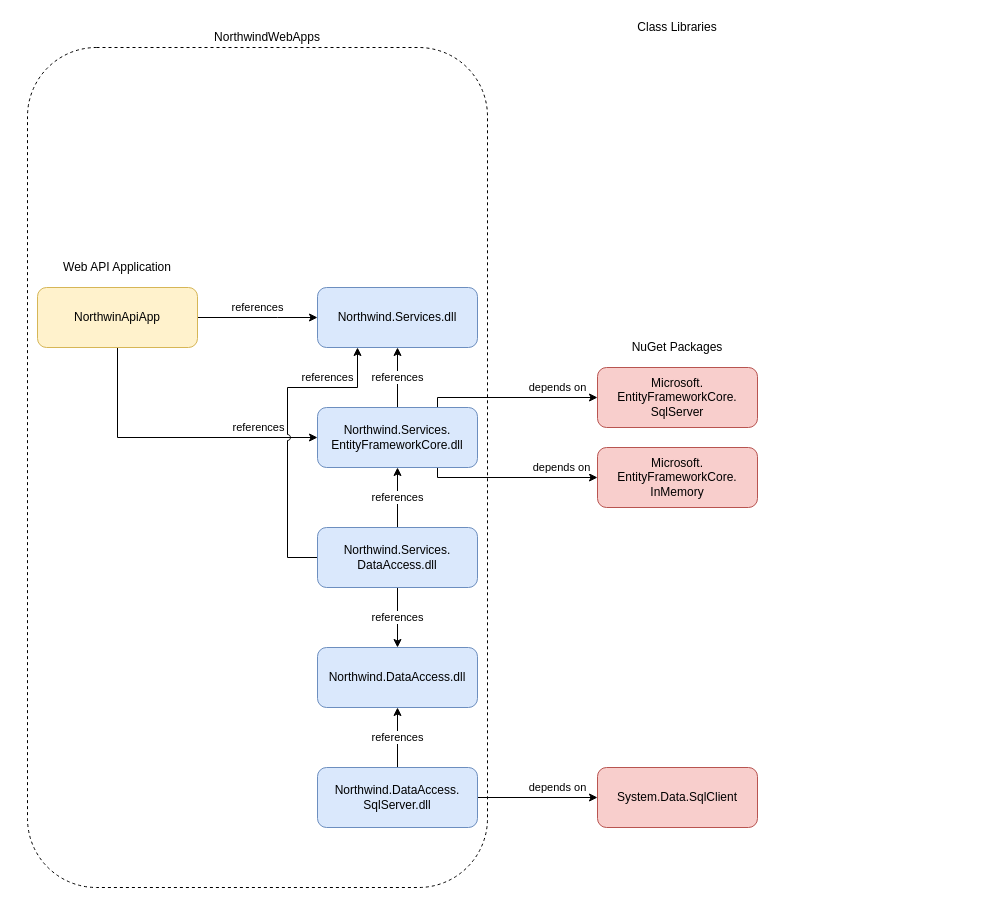
This is page "DAO" (5 of 6) of module04/module04.drawio from epam-dotnet-lab/northwind-apps, a draw.io file, before an edit. Source tidied: cells renumbered, new cells numbered last; positions are measured from the earlier drawing's top-left corner, leaving out a move shared by most shapes. Both pictures are drawn from the tidied source at 100%, with x=0, y=0 at pixel (27, 17).
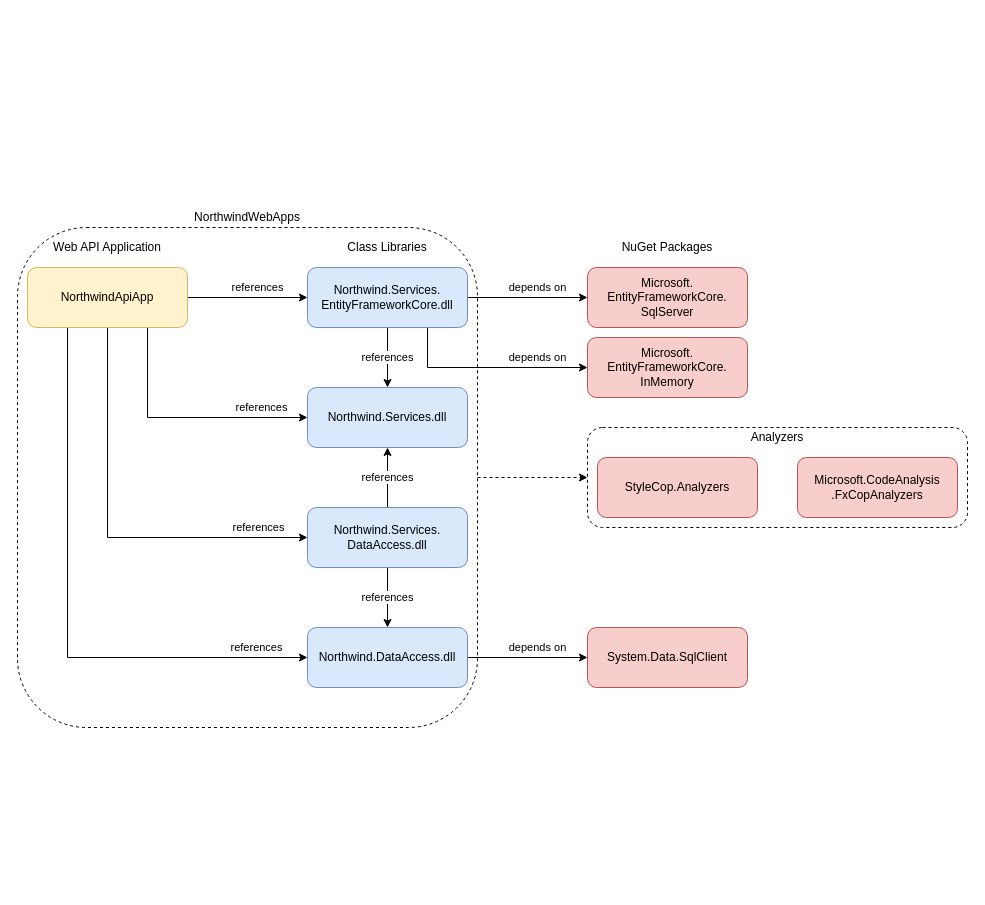
After the change.

The edit, as a diff of the source:
```diff
@@
-    <mxCell id="0" />
-    <mxCell id="1" parent="0" />
-    <mxCell id="2" style="rounded=1;whiteSpace=wrap;html=1;fillColor=none;dashed=1;" parent="1" vertex="1">
-      <mxGeometry y="30" width="460" height="840" as="geometry" />
-    </mxCell>
-    <mxCell id="3" value="references" style="edgeStyle=orthogonalEdgeStyle;rounded=0;jettySize=auto;html=1;entryX=0;entryY=0.5;entryDx=0;entryDy=0;" parent="1" edge="1" source="5" target="12">
-      <mxGeometry x="0.33" y="22" relative="1" as="geometry">
-        <Array as="points">
-          <mxPoint x="250" y="300" />
-          <mxPoint x="250" y="300" />
-        </Array>
-        <mxPoint x="-20" y="12" as="offset" />
-      </mxGeometry>
-    </mxCell>
-    <mxCell id="4" value="references" style="edgeStyle=orthogonalEdgeStyle;rounded=0;jettySize=auto;html=1;entryX=0;entryY=0.5;entryDx=0;entryDy=0;" parent="1" edge="1" source="5" target="15">
-      <mxGeometry x="0.59" y="10" relative="1" as="geometry">
-        <Array as="points">
-          <mxPoint x="90" y="420" />
-        </Array>
-      </mxGeometry>
-    </mxCell>
-    <mxCell id="5" value="NorthwinApiApp" style="rounded=1;whiteSpace=wrap;html=1;fillColor=#fff2cc;strokeColor=#d6b656;" parent="1" vertex="1">
-      <mxGeometry x="10" y="270" width="160" height="60" as="geometry" />
-    </mxCell>
+    <mxCell id="26" />
+    <mxCell id="27" parent="26" />
+    <mxCell id="28" style="rounded=1;whiteSpace=wrap;html=1;fillColor=none;dashed=1;" parent="27" vertex="1">
+      <mxGeometry x="-10" y="210" width="460" height="500" as="geometry" />
+    </mxCell>
+    <mxCell id="29" value="references" style="edgeStyle=orthogonalEdgeStyle;rounded=0;jettySize=auto;html=1;entryX=0;entryY=0.5;entryDx=0;entryDy=0;exitX=0.75;exitY=1;exitDx=0;exitDy=0;" parent="27" edge="1" source="33" target="12">
+      <mxGeometry x="0.63" y="10" relative="1" as="geometry">
+        <Array as="points">
+          <mxPoint x="120" y="400" />
+        </Array>
+      </mxGeometry>
+    </mxCell>
+    <mxCell id="30" value="references" style="edgeStyle=orthogonalEdgeStyle;rounded=0;jettySize=auto;html=1;entryX=0;entryY=0.5;entryDx=0;entryDy=0;" parent="27" edge="1" source="33" target="20">
+      <mxGeometry x="0.76" y="10" relative="1" as="geometry">
+        <Array as="points">
+          <mxPoint x="80" y="520" />
+        </Array>
+      </mxGeometry>
+    </mxCell>
+    <mxCell id="31" value="references" style="edgeStyle=orthogonalEdgeStyle;rounded=0;jettySize=auto;html=1;exitX=0.25;exitY=1;exitDx=0;exitDy=0;entryX=0;entryY=0.5;entryDx=0;entryDy=0;" parent="27" edge="1" source="33" target="21">
+      <mxGeometry x="0.82" y="10" relative="1" as="geometry" />
+    </mxCell>
+    <mxCell id="32" value="references" style="edgeStyle=orthogonalEdgeStyle;rounded=0;jettySize=auto;html=1;" parent="27" edge="1" source="33" target="15">
+      <mxGeometry x="0.17" y="10" relative="1" as="geometry" />
+    </mxCell>
+    <mxCell id="33" value="NorthwindApiApp" style="rounded=1;whiteSpace=wrap;html=1;fillColor=#fff2cc;strokeColor=#d6b656;" parent="27" vertex="1">
+      <mxGeometry y="250" width="160" height="60" as="geometry" />
+    </mxCell>
-    <mxCell id="6" value="Microsoft.&lt;br&gt;EntityFrameworkCore.&lt;br&gt;SqlServer" style="rounded=1;whiteSpace=wrap;html=1;fillColor=#f8cecc;strokeColor=#b85450;" parent="1" vertex="1">
-      <mxGeometry x="570" y="350" width="160" height="60" as="geometry" />
+    <mxCell id="6" value="Microsoft.&lt;br&gt;EntityFrameworkCore.&lt;br&gt;SqlServer" style="rounded=1;whiteSpace=wrap;html=1;fillColor=#f8cecc;strokeColor=#b85450;" parent="27" vertex="1">
+      <mxGeometry x="560" y="250" width="160" height="60" as="geometry" />
     </mxCell>
-    <mxCell id="7" value="Web API Application" style="text;html=1;strokeColor=none;fillColor=none;align=center;verticalAlign=middle;whiteSpace=wrap;rounded=0;" parent="1" vertex="1">
-      <mxGeometry x="10" y="240" width="160" height="20" as="geometry" />
+    <mxCell id="7" value="Web API Application" style="text;html=1;strokeColor=none;fillColor=none;align=center;verticalAlign=middle;whiteSpace=wrap;rounded=0;" parent="27" vertex="1">
+      <mxGeometry y="220" width="160" height="20" as="geometry" />
     </mxCell>
-    <mxCell id="8" value="Class Libraries" style="text;html=1;strokeColor=none;fillColor=none;align=center;verticalAlign=middle;whiteSpace=wrap;rounded=0;" parent="1" vertex="1">
-      <mxGeometry x="570" width="160" height="20" as="geometry" />
+    <mxCell id="8" value="Class Libraries" style="text;html=1;strokeColor=none;fillColor=none;align=center;verticalAlign=middle;whiteSpace=wrap;rounded=0;" parent="27" vertex="1">
+      <mxGeometry x="280" y="220" width="160" height="20" as="geometry" />
     </mxCell>
-    <mxCell id="9" value="NuGet Packages" style="text;html=1;strokeColor=none;fillColor=none;align=center;verticalAlign=middle;whiteSpace=wrap;rounded=0;" parent="1" vertex="1">
-      <mxGeometry x="570" y="320" width="160" height="20" as="geometry" />
+    <mxCell id="9" value="NuGet Packages" style="text;html=1;strokeColor=none;fillColor=none;align=center;verticalAlign=middle;whiteSpace=wrap;rounded=0;" parent="27" vertex="1">
+      <mxGeometry x="560" y="220" width="160" height="20" as="geometry" />
     </mxCell>
-    <mxCell id="10" value="NorthwindWebApps" style="text;html=1;strokeColor=none;fillColor=none;align=center;verticalAlign=middle;whiteSpace=wrap;rounded=0;dashed=1;" parent="1" vertex="1">
-      <mxGeometry x="10" y="10" width="460" height="20" as="geometry" />
+    <mxCell id="10" value="NorthwindWebApps" style="text;html=1;strokeColor=none;fillColor=none;align=center;verticalAlign=middle;whiteSpace=wrap;rounded=0;dashed=1;" parent="27" vertex="1">
+      <mxGeometry x="-10" y="190" width="460" height="20" as="geometry" />
     </mxCell>
-    <mxCell id="11" value="depends on" style="edgeStyle=orthogonalEdgeStyle;rounded=0;jumpStyle=arc;jettySize=auto;html=1;exitX=1;exitY=0.5;exitDx=0;exitDy=0;entryX=0;entryY=0.5;entryDx=0;entryDy=0;" parent="1" edge="1" source="15" target="6">
-      <mxGeometry x="0.67" y="10" relative="1" as="geometry">
+    <mxCell id="11" value="depends on" style="edgeStyle=orthogonalEdgeStyle;rounded=0;jumpStyle=arc;jettySize=auto;html=1;exitX=1;exitY=0.5;exitDx=0;exitDy=0;entryX=0;entryY=0.5;entryDx=0;entryDy=0;" parent="27" edge="1" source="15" target="6">
+      <mxGeometry x="0.17" y="10" relative="1" as="geometry">
         <Array as="points">
-          <mxPoint x="410" y="420" />
-          <mxPoint x="410" y="380" />
+          <mxPoint x="500" y="280" />
+          <mxPoint x="500" y="280" />
         </Array>
       </mxGeometry>
     </mxCell>
-    <mxCell id="12" value="Northwind.Services.dll" style="rounded=1;whiteSpace=wrap;html=1;fillColor=#dae8fc;strokeColor=#6c8ebf;" parent="1" vertex="1">
-      <mxGeometry x="290" y="270" width="160" height="60" as="geometry" />
+    <mxCell id="12" value="Northwind.Services.dll" style="rounded=1;whiteSpace=wrap;html=1;fillColor=#dae8fc;strokeColor=#6c8ebf;" parent="27" vertex="1">
+      <mxGeometry x="280" y="370" width="160" height="60" as="geometry" />
     </mxCell>
+    <mxCell id="34" style="endArrow=classic;html=1;dashed=1;" parent="27" edge="1" source="28" target="36">
+      <mxGeometry x="0.03" y="10" relative="1" as="geometry" />
+    </mxCell>
-    <mxCell id="13" value="references" style="edgeStyle=orthogonalEdgeStyle;rounded=0;jettySize=auto;html=1;" parent="1" edge="1" source="15" target="12">
+    <mxCell id="13" value="references" style="edgeStyle=orthogonalEdgeStyle;rounded=0;jettySize=auto;html=1;" parent="27" edge="1" source="15" target="12">
       <mxGeometry relative="1" as="geometry" />
     </mxCell>
-    <mxCell id="14" value="depends on" style="edgeStyle=orthogonalEdgeStyle;rounded=0;jettySize=auto;html=1;entryX=0;entryY=0.5;entryDx=0;entryDy=0;" parent="1" edge="1" source="15" target="16">
-      <mxGeometry x="0.58" y="10" relative="1" as="geometry">
+    <mxCell id="14" value="depends on" style="edgeStyle=orthogonalEdgeStyle;rounded=0;jettySize=auto;html=1;entryX=0;entryY=0.5;entryDx=0;entryDy=0;" parent="27" edge="1" source="15" target="16">
+      <mxGeometry x="0.5" y="10" relative="1" as="geometry">
         <Array as="points">
-          <mxPoint x="410" y="460" />
+          <mxPoint x="400" y="255" />
         </Array>
       </mxGeometry>
     </mxCell>
-    <mxCell id="15" value="Northwind.Services.&lt;br&gt;EntityFrameworkCore.dll" style="rounded=1;whiteSpace=wrap;html=1;fillColor=#dae8fc;strokeColor=#6c8ebf;" parent="1" vertex="1">
-      <mxGeometry x="290" y="390" width="160" height="60" as="geometry" />
+    <mxCell id="15" value="Northwind.Services.&lt;br&gt;EntityFrameworkCore.dll" style="rounded=1;whiteSpace=wrap;html=1;fillColor=#dae8fc;strokeColor=#6c8ebf;" parent="27" vertex="1">
+      <mxGeometry x="280" y="250" width="160" height="60" as="geometry" />
     </mxCell>
-    <mxCell id="16" value="Microsoft.&lt;br&gt;EntityFrameworkCore.&lt;br&gt;InMemory" style="rounded=1;whiteSpace=wrap;html=1;fillColor=#f8cecc;strokeColor=#b85450;" parent="1" vertex="1">
-      <mxGeometry x="570" y="430" width="160" height="60" as="geometry" />
+    <mxCell id="16" value="Microsoft.&lt;br&gt;EntityFrameworkCore.&lt;br&gt;InMemory" style="rounded=1;whiteSpace=wrap;html=1;fillColor=#f8cecc;strokeColor=#b85450;" parent="27" vertex="1">
+      <mxGeometry x="560" y="320" width="160" height="60" as="geometry" />
     </mxCell>
-    <mxCell id="17" value="references" style="edgeStyle=orthogonalEdgeStyle;rounded=0;jettySize=auto;html=1;exitX=0.5;exitY=0;exitDx=0;exitDy=0;" parent="1" edge="1" source="20" target="15">
-      <mxGeometry relative="1" as="geometry" />
-    </mxCell>
+    <mxCell id="35" style="group;" parent="27" vertex="1">
+      <mxGeometry x="560" y="410" width="380" height="100" as="geometry" />
+    </mxCell>
+    <mxCell id="36" style="rounded=1;whiteSpace=wrap;html=1;dashed=1;fillColor=none;" parent="35" vertex="1">
+      <mxGeometry width="380" height="100" as="geometry" />
+    </mxCell>
+    <mxCell id="37" value="Microsoft.CodeAnalysis&lt;br&gt;.FxCopAnalyzers" style="rounded=1;whiteSpace=wrap;html=1;fillColor=#f8cecc;strokeColor=#b85450;" parent="35" vertex="1">
+      <mxGeometry x="210" y="30" width="160" height="60" as="geometry" />
+    </mxCell>
+    <mxCell id="38" value="StyleCop.Analyzers" style="rounded=1;whiteSpace=wrap;html=1;fillColor=#f8cecc;strokeColor=#b85450;" parent="35" vertex="1">
+      <mxGeometry x="10" y="30" width="160" height="60" as="geometry" />
+    </mxCell>
+    <mxCell id="39" value="Analyzers" style="text;html=1;strokeColor=none;fillColor=none;align=center;verticalAlign=middle;whiteSpace=wrap;rounded=0;" parent="35" vertex="1">
+      <mxGeometry x="10" width="360" height="20" as="geometry" />
+    </mxCell>
-    <mxCell id="18" value="references" style="edgeStyle=orthogonalEdgeStyle;rounded=0;jettySize=auto;html=1;" parent="1" edge="1" source="20" target="21">
+    <mxCell id="18" value="references" style="edgeStyle=orthogonalEdgeStyle;rounded=0;jettySize=auto;html=1;" parent="27" edge="1" source="20" target="21">
       <mxGeometry relative="1" as="geometry" />
     </mxCell>
-    <mxCell id="19" value="references" style="edgeStyle=orthogonalEdgeStyle;rounded=0;jettySize=auto;html=1;entryX=0.25;entryY=1;entryDx=0;entryDy=0;jumpStyle=arc;" parent="1" edge="1" source="20" target="12">
-      <mxGeometry x="0.55" y="10" relative="1" as="geometry">
-        <Array as="points">
-          <mxPoint x="260" y="540" />
-          <mxPoint x="260" y="370" />
-          <mxPoint x="330" y="370" />
-        </Array>
-      </mxGeometry>
+    <mxCell id="19" value="references" style="edgeStyle=orthogonalEdgeStyle;rounded=0;jettySize=auto;html=1;" parent="27" edge="1" source="20" target="12">
+      <mxGeometry relative="1" as="geometry" />
     </mxCell>
-    <mxCell id="20" value="Northwind.Services.&lt;br&gt;DataAccess.dll" style="rounded=1;whiteSpace=wrap;html=1;fillColor=#dae8fc;strokeColor=#6c8ebf;" parent="1" vertex="1">
-      <mxGeometry x="290" y="510" width="160" height="60" as="geometry" />
+    <mxCell id="20" value="Northwind.Services.&lt;br&gt;DataAccess.dll" style="rounded=1;whiteSpace=wrap;html=1;fillColor=#dae8fc;strokeColor=#6c8ebf;" parent="27" vertex="1">
+      <mxGeometry x="280" y="490" width="160" height="60" as="geometry" />
     </mxCell>
+    <mxCell id="40" value="depends on" style="edgeStyle=orthogonalEdgeStyle;rounded=0;jettySize=auto;html=1;" parent="27" edge="1" source="21" target="25">
+      <mxGeometry x="0.17" y="10" relative="1" as="geometry" />
+    </mxCell>
-    <mxCell id="21" value="Northwind.DataAccess.dll" style="rounded=1;whiteSpace=wrap;html=1;fillColor=#dae8fc;strokeColor=#6c8ebf;" parent="1" vertex="1">
-      <mxGeometry x="290" y="630" width="160" height="60" as="geometry" />
+    <mxCell id="21" value="Northwind.DataAccess.dll" style="rounded=1;whiteSpace=wrap;html=1;fillColor=#dae8fc;strokeColor=#6c8ebf;" parent="27" vertex="1">
+      <mxGeometry x="280" y="610" width="160" height="60" as="geometry" />
     </mxCell>
-    <mxCell id="22" value="depends on" style="edgeStyle=orthogonalEdgeStyle;rounded=0;jettySize=auto;html=1;entryX=0;entryY=0.5;entryDx=0;entryDy=0;" parent="1" edge="1" source="24" target="25">
-      <mxGeometry x="0.33" y="10" relative="1" as="geometry" />
-    </mxCell>
-    <mxCell id="23" value="references" style="edgeStyle=orthogonalEdgeStyle;rounded=0;jettySize=auto;html=1;exitX=0.5;exitY=0;exitDx=0;exitDy=0;entryX=0.5;entryY=1;entryDx=0;entryDy=0;" parent="1" edge="1" source="24" target="21">
-      <mxGeometry relative="1" as="geometry" />
-    </mxCell>
-    <mxCell id="24" value="Northwind.DataAccess.&lt;br&gt;SqlServer.dll" style="rounded=1;whiteSpace=wrap;html=1;fillColor=#dae8fc;strokeColor=#6c8ebf;" parent="1" vertex="1">
-      <mxGeometry x="290" y="750" width="160" height="60" as="geometry" />
-    </mxCell>
-    <mxCell id="25" value="System.Data.SqlClient" style="rounded=1;whiteSpace=wrap;html=1;fillColor=#f8cecc;strokeColor=#b85450;" parent="1" vertex="1">
-      <mxGeometry x="570" y="750" width="160" height="60" as="geometry" />
+    <mxCell id="25" value="System.Data.SqlClient" style="rounded=1;whiteSpace=wrap;html=1;fillColor=#f8cecc;strokeColor=#b85450;" parent="27" vertex="1">
+      <mxGeometry x="560" y="610" width="160" height="60" as="geometry" />
     </mxCell>
```
